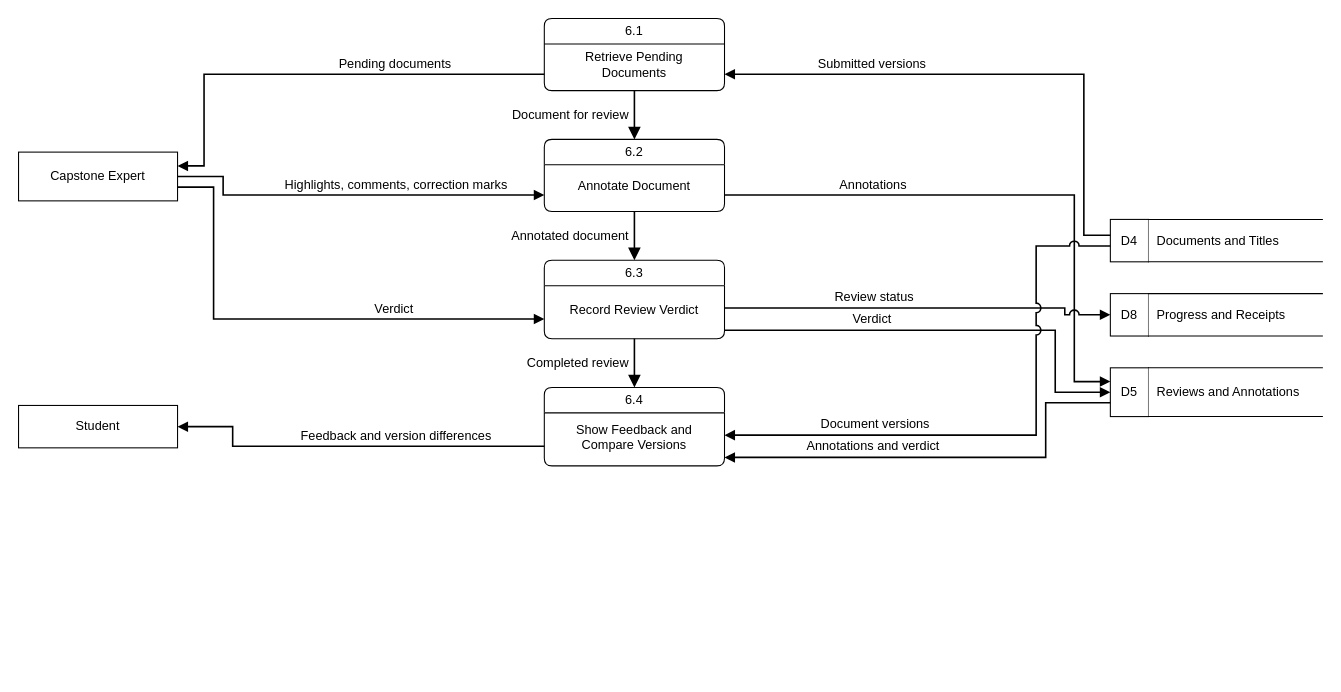
Before: docs/diagrams/09-dfd-level-1-6-review-annotate-documents.drawio in M21thony/capstrack, a draw.io diagram. Source tidied: cells renumbered, new cells numbered last; positions are measured from the earlier drawing's top-left corner, leaving out a move shared by most shapes. Both pictures are drawn from the tidied source at 106%, with x=0, y=0 at pixel (18, 18).
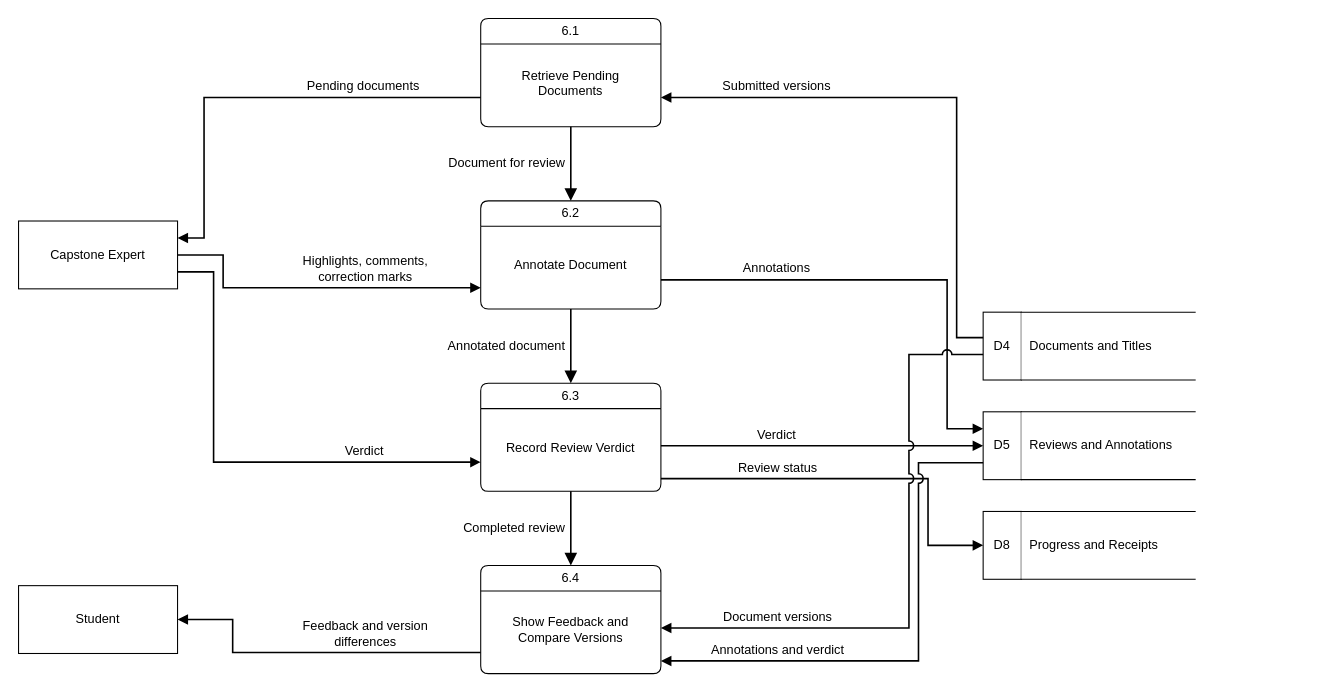
The same diagram, later.

Diff of the diagram source:
```diff
@@
     <mxCell id="2" value="6.1" style="swimlane;shape=swimlane;rounded=1;arcSize=10;startSize=24;html=1;whiteSpace=wrap;fillColor=#ffffff;swimlaneFillColor=#ffffff;fontStyle=0;fontSize=12;strokeColor=#000000;fontFamily=Helvetica;fontColor=#000000;" parent="1" vertex="1">
-      <mxGeometry x="496" width="170" height="68" as="geometry" />
+      <mxGeometry x="436" width="170" height="102" as="geometry" />
     </mxCell>
     <mxCell id="3" value="Retrieve Pending Documents" style="text;html=1;strokeColor=none;fillColor=none;align=center;verticalAlign=middle;whiteSpace=wrap;fontSize=12;fontFamily=Helvetica;fontColor=#000000;" parent="2" vertex="1">
-      <mxGeometry x="6" y="24" width="158" height="40" as="geometry" />
+      <mxGeometry x="6" y="24" width="158" height="74" as="geometry" />
     </mxCell>
     <mxCell id="4" value="6.2" style="swimlane;shape=swimlane;rounded=1;arcSize=10;startSize=24;html=1;whiteSpace=wrap;fillColor=#ffffff;swimlaneFillColor=#ffffff;fontStyle=0;fontSize=12;strokeColor=#000000;fontFamily=Helvetica;fontColor=#000000;" parent="1" vertex="1">
-      <mxGeometry x="496" y="114" width="170" height="68" as="geometry" />
+      <mxGeometry x="436" y="172" width="170" height="102" as="geometry" />
     </mxCell>
     <mxCell id="5" value="Annotate Document" style="text;html=1;strokeColor=none;fillColor=none;align=center;verticalAlign=middle;whiteSpace=wrap;fontSize=12;fontFamily=Helvetica;fontColor=#000000;" parent="4" vertex="1">
-      <mxGeometry x="6" y="24" width="158" height="40" as="geometry" />
+      <mxGeometry x="6" y="24" width="158" height="74" as="geometry" />
     </mxCell>
     <mxCell id="6" value="6.3" style="swimlane;shape=swimlane;rounded=1;arcSize=10;startSize=24;html=1;whiteSpace=wrap;fillColor=#ffffff;swimlaneFillColor=#ffffff;fontStyle=0;fontSize=12;strokeColor=#000000;fontFamily=Helvetica;fontColor=#000000;" parent="1" vertex="1">
-      <mxGeometry x="496" y="228" width="170" height="74" as="geometry" />
+      <mxGeometry x="436" y="344" width="170" height="102" as="geometry" />
     </mxCell>
     <mxCell id="7" value="Record Review Verdict" style="text;html=1;strokeColor=none;fillColor=none;align=center;verticalAlign=middle;whiteSpace=wrap;fontSize=12;fontFamily=Helvetica;fontColor=#000000;" parent="6" vertex="1">
-      <mxGeometry x="6" y="24" width="158" height="46" as="geometry" />
+      <mxGeometry x="6" y="24" width="158" height="74" as="geometry" />
     </mxCell>
     <mxCell id="8" value="6.4" style="swimlane;shape=swimlane;rounded=1;arcSize=10;startSize=24;html=1;whiteSpace=wrap;fillColor=#ffffff;swimlaneFillColor=#ffffff;fontStyle=0;fontSize=12;strokeColor=#000000;fontFamily=Helvetica;fontColor=#000000;" parent="1" vertex="1">
-      <mxGeometry x="496" y="348" width="170" height="74" as="geometry" />
+      <mxGeometry x="436" y="516" width="170" height="102" as="geometry" />
     </mxCell>
     <mxCell id="9" value="Show Feedback and Compare Versions" style="text;html=1;strokeColor=none;fillColor=none;align=center;verticalAlign=middle;whiteSpace=wrap;fontSize=12;fontFamily=Helvetica;fontColor=#000000;" parent="8" vertex="1">
-      <mxGeometry x="6" y="24" width="158" height="46" as="geometry" />
+      <mxGeometry x="6" y="24" width="158" height="74" as="geometry" />
     </mxCell>
     <mxCell id="10" value="Capstone Expert" style="rounded=0;whiteSpace=wrap;html=1;fillColor=#ffffff;fontSize=12;strokeColor=#000000;fontFamily=Helvetica;fontColor=#000000;" parent="1" vertex="1">
-      <mxGeometry y="126" width="150" height="46" as="geometry" />
+      <mxGeometry y="191" width="150" height="64" as="geometry" />
     </mxCell>
     <mxCell id="11" value="Student" style="rounded=0;whiteSpace=wrap;html=1;fillColor=#ffffff;fontSize=12;strokeColor=#000000;fontFamily=Helvetica;fontColor=#000000;" parent="1" vertex="1">
-      <mxGeometry y="365" width="150" height="40" as="geometry" />
+      <mxGeometry y="535" width="150" height="64" as="geometry" />
     </mxCell>
     <mxCell id="12" style="rounded=0;html=1;fillColor=none;strokeColor=none;fontSize=12;" parent="1" vertex="1">
-      <mxGeometry x="1030" y="189.5" width="200" height="40" as="geometry" />
+      <mxGeometry x="910" y="277" width="200" height="64" as="geometry" />
     </mxCell>
     <mxCell id="13" value="D4" style="rounded=0;whiteSpace=wrap;html=1;fillColor=#ffffff;fontSize=12;strokeColor=#000000;fontFamily=Helvetica;fontColor=#000000;" parent="12" vertex="1">
-      <mxGeometry width="36" height="40" as="geometry" />
+      <mxGeometry width="36" height="64" as="geometry" />
     </mxCell>
     <mxCell id="14" value="Documents and Titles" style="shape=partialRectangle;left=0;right=0;top=1;bottom=1;whiteSpace=wrap;html=1;align=left;spacingLeft=6;fillColor=#ffffff;fontSize=12;strokeColor=#000000;fontFamily=Helvetica;fontColor=#000000;" parent="12" vertex="1">
-      <mxGeometry x="36" width="164" height="40" as="geometry" />
+      <mxGeometry x="36" width="164" height="64" as="geometry" />
     </mxCell>
     <mxCell id="15" style="rounded=0;html=1;fillColor=none;strokeColor=none;fontSize=12;" parent="1" vertex="1">
-      <mxGeometry x="1030" y="259.5" width="200" height="40" as="geometry" />
+      <mxGeometry x="910" y="371" width="200" height="64" as="geometry" />
     </mxCell>
-    <mxCell id="16" value="D8" style="rounded=0;whiteSpace=wrap;html=1;fillColor=#ffffff;fontSize=12;strokeColor=#000000;fontFamily=Helvetica;fontColor=#000000;" parent="15" vertex="1">
-      <mxGeometry width="36" height="40" as="geometry" />
+    <mxCell id="16" value="D5" style="rounded=0;whiteSpace=wrap;html=1;fillColor=#ffffff;fontSize=12;strokeColor=#000000;fontFamily=Helvetica;fontColor=#000000;" parent="15" vertex="1">
+      <mxGeometry width="36" height="64" as="geometry" />
     </mxCell>
-    <mxCell id="17" value="Progress and Receipts" style="shape=partialRectangle;left=0;right=0;top=1;bottom=1;whiteSpace=wrap;html=1;align=left;spacingLeft=6;fillColor=#ffffff;fontSize=12;strokeColor=#000000;fontFamily=Helvetica;fontColor=#000000;" parent="15" vertex="1">
-      <mxGeometry x="36" width="164" height="40" as="geometry" />
+    <mxCell id="17" value="Reviews and Annotations" style="shape=partialRectangle;left=0;right=0;top=1;bottom=1;whiteSpace=wrap;html=1;align=left;spacingLeft=6;fillColor=#ffffff;fontSize=12;strokeColor=#000000;fontFamily=Helvetica;fontColor=#000000;" parent="15" vertex="1">
+      <mxGeometry x="36" width="164" height="64" as="geometry" />
     </mxCell>
     <mxCell id="18" style="rounded=0;html=1;fillColor=none;strokeColor=none;fontSize=12;" parent="1" vertex="1">
-      <mxGeometry x="1030" y="329.5" width="200" height="46" as="geometry" />
+      <mxGeometry x="910" y="465" width="200" height="64" as="geometry" />
     </mxCell>
-    <mxCell id="19" value="D5" style="rounded=0;whiteSpace=wrap;html=1;fillColor=#ffffff;fontSize=12;strokeColor=#000000;fontFamily=Helvetica;fontColor=#000000;" parent="18" vertex="1">
-      <mxGeometry width="36" height="46" as="geometry" />
+    <mxCell id="19" value="D8" style="rounded=0;whiteSpace=wrap;html=1;fillColor=#ffffff;fontSize=12;strokeColor=#000000;fontFamily=Helvetica;fontColor=#000000;" parent="18" vertex="1">
+      <mxGeometry width="36" height="64" as="geometry" />
     </mxCell>
-    <mxCell id="20" value="Reviews and Annotations" style="shape=partialRectangle;left=0;right=0;top=1;bottom=1;whiteSpace=wrap;html=1;align=left;spacingLeft=6;fillColor=#ffffff;fontSize=12;strokeColor=#000000;fontFamily=Helvetica;fontColor=#000000;" parent="18" vertex="1">
-      <mxGeometry x="36" width="164" height="46" as="geometry" />
+    <mxCell id="20" value="Progress and Receipts" style="shape=partialRectangle;left=0;right=0;top=1;bottom=1;whiteSpace=wrap;html=1;align=left;spacingLeft=6;fillColor=#ffffff;fontSize=12;strokeColor=#000000;fontFamily=Helvetica;fontColor=#000000;" parent="18" vertex="1">
+      <mxGeometry x="36" width="164" height="64" as="geometry" />
     </mxCell>
-    <mxCell id="21" value="Pending documents" style="jumpStyle=arc;jumpSize=8;edgeStyle=orthogonalEdgeStyle;rounded=0;html=1;endArrow=block;endFill=1;endSize=8;strokeWidth=1.5;startArrow=none;strokeColor=#000000;fontFamily=Helvetica;fontColor=#000000;fontSize=12;labelBackgroundColor=#ffffff;verticalAlign=bottom;endSize=6;exitX=0;exitY=0.772059;exitDx=0;exitDy=0;entryX=1;entryY=0.282609;entryDx=0;entryDy=0;" parent="1" edge="1" source="2" target="10">
-      <mxGeometry x="-0.35" relative="1" as="geometry">
+    <mxCell id="21" value="Pending documents" style="jumpStyle=arc;jumpSize=8;edgeStyle=orthogonalEdgeStyle;rounded=0;html=1;endArrow=block;endFill=1;endSize=8;strokeWidth=1.5;startArrow=none;strokeColor=#000000;fontFamily=Helvetica;fontColor=#000000;fontSize=12;labelBackgroundColor=#ffffff;verticalAlign=bottom;endSize=6;exitX=0;exitY=0.730392;exitDx=0;exitDy=0;entryX=1;entryY=0.25;entryDx=0;entryDy=0;" parent="1" edge="1" source="2" target="10">
+      <mxGeometry x="-0.47" relative="1" as="geometry">
         <Array as="points">
-          <mxPoint x="175" y="52.5" />
-          <mxPoint x="175" y="139" />
+          <mxPoint x="175" y="74.5" />
+          <mxPoint x="175" y="207" />
         </Array>
         <mxPoint y="-1" as="offset" />
       </mxGeometry>
     </mxCell>
-    <mxCell id="22" value="Highlights, comments, correction marks" style="jumpStyle=arc;jumpSize=8;edgeStyle=orthogonalEdgeStyle;rounded=0;html=1;endArrow=block;endFill=1;endSize=8;strokeWidth=1.5;startArrow=none;strokeColor=#000000;fontFamily=Helvetica;fontColor=#000000;fontSize=12;labelBackgroundColor=#ffffff;verticalAlign=bottom;endSize=6;exitX=1;exitY=0.5;exitDx=0;exitDy=0;entryX=0;entryY=0.772059;entryDx=0;entryDy=0;" parent="1" edge="1" source="10" target="4">
-      <mxGeometry x="0.23" relative="1" as="geometry">
+    <mxCell id="22" value="Highlights, comments,&lt;br&gt;correction marks" style="jumpStyle=arc;jumpSize=8;edgeStyle=orthogonalEdgeStyle;rounded=0;html=1;endArrow=block;endFill=1;endSize=8;strokeWidth=1.5;startArrow=none;strokeColor=#000000;fontFamily=Helvetica;fontColor=#000000;fontSize=12;labelBackgroundColor=#ffffff;verticalAlign=bottom;endSize=6;exitX=1;exitY=0.5;exitDx=0;exitDy=0;entryX=0;entryY=0.803922;entryDx=0;entryDy=0;" parent="1" edge="1" source="10" target="4">
+      <mxGeometry x="0.31" relative="1" as="geometry">
         <Array as="points">
-          <mxPoint x="193" y="149" />
-          <mxPoint x="193" y="166.5" />
+          <mxPoint x="193" y="223" />
+          <mxPoint x="193" y="254" />
         </Array>
         <mxPoint y="-1" as="offset" />
       </mxGeometry>
     </mxCell>
-    <mxCell id="23" value="Verdict" style="jumpStyle=arc;jumpSize=8;edgeStyle=orthogonalEdgeStyle;rounded=0;html=1;endArrow=block;endFill=1;endSize=8;strokeWidth=1.5;startArrow=none;strokeColor=#000000;fontFamily=Helvetica;fontColor=#000000;fontSize=12;labelBackgroundColor=#ffffff;verticalAlign=bottom;endSize=6;exitX=1;exitY=0.717391;exitDx=0;exitDy=0;entryX=0;entryY=0.75;entryDx=0;entryDy=0;" parent="1" edge="1" source="10" target="6">
-      <mxGeometry x="0.4" relative="1" as="geometry">
+    <mxCell id="23" value="Verdict" style="jumpStyle=arc;jumpSize=8;edgeStyle=orthogonalEdgeStyle;rounded=0;html=1;endArrow=block;endFill=1;endSize=8;strokeWidth=1.5;startArrow=none;strokeColor=#000000;fontFamily=Helvetica;fontColor=#000000;fontSize=12;labelBackgroundColor=#ffffff;verticalAlign=bottom;endSize=6;exitX=1;exitY=0.75;exitDx=0;exitDy=0;entryX=0;entryY=0.730392;entryDx=0;entryDy=0;" parent="1" edge="1" source="10" target="6">
+      <mxGeometry x="0.53" relative="1" as="geometry">
         <Array as="points">
-          <mxPoint x="184" y="159" />
-          <mxPoint x="184" y="283.5" />
+          <mxPoint x="184" y="239" />
+          <mxPoint x="184" y="418.5" />
         </Array>
         <mxPoint y="-1" as="offset" />
       </mxGeometry>
     </mxCell>
-    <mxCell id="24" value="Feedback and version differences" style="jumpStyle=arc;jumpSize=8;edgeStyle=orthogonalEdgeStyle;rounded=0;html=1;endArrow=block;endFill=1;endSize=8;strokeWidth=1.5;startArrow=none;strokeColor=#000000;fontFamily=Helvetica;fontColor=#000000;fontSize=12;labelBackgroundColor=#ffffff;verticalAlign=bottom;endSize=6;exitX=0;exitY=0.75;exitDx=0;exitDy=0;entryX=1;entryY=0.5;entryDx=0;entryDy=0;" parent="1" edge="1" source="8" target="11">
-      <mxGeometry x="-0.23" relative="1" as="geometry">
+    <mxCell id="24" value="Feedback and version&lt;br&gt;differences" style="jumpStyle=arc;jumpSize=8;edgeStyle=orthogonalEdgeStyle;rounded=0;html=1;endArrow=block;endFill=1;endSize=8;strokeWidth=1.5;startArrow=none;strokeColor=#000000;fontFamily=Helvetica;fontColor=#000000;fontSize=12;labelBackgroundColor=#ffffff;verticalAlign=bottom;endSize=6;exitX=0;exitY=0.803922;exitDx=0;exitDy=0;entryX=1;entryY=0.5;entryDx=0;entryDy=0;" parent="1" edge="1" source="8" target="11">
+      <mxGeometry x="-0.31" relative="1" as="geometry">
         <Array as="points">
-          <mxPoint x="202" y="403.5" />
-          <mxPoint x="202" y="385" />
+          <mxPoint x="202" y="598" />
+          <mxPoint x="202" y="567" />
         </Array>
         <mxPoint y="-1" as="offset" />
       </mxGeometry>
     </mxCell>
-    <mxCell id="25" value="Submitted versions" style="jumpStyle=arc;jumpSize=8;edgeStyle=orthogonalEdgeStyle;rounded=0;html=1;endArrow=block;endFill=1;endSize=8;strokeWidth=1.5;startArrow=none;strokeColor=#000000;fontFamily=Helvetica;fontColor=#000000;fontSize=12;labelBackgroundColor=#ffffff;verticalAlign=bottom;endSize=6;exitX=0;exitY=0.375;exitDx=0;exitDy=0;entryX=1;entryY=0.772059;entryDx=0;entryDy=0;" parent="1" edge="1" source="12" target="2">
-      <mxGeometry x="0.46" relative="1" as="geometry">
+    <mxCell id="25" value="Submitted versions" style="jumpStyle=arc;jumpSize=8;edgeStyle=orthogonalEdgeStyle;rounded=0;html=1;endArrow=block;endFill=1;endSize=8;strokeWidth=1.5;startArrow=none;strokeColor=#000000;fontFamily=Helvetica;fontColor=#000000;fontSize=12;labelBackgroundColor=#ffffff;verticalAlign=bottom;endSize=6;exitX=0;exitY=0.375;exitDx=0;exitDy=0;entryX=1;entryY=0.730392;entryDx=0;entryDy=0;" parent="1" edge="1" source="12" target="2">
+      <mxGeometry x="0.59" relative="1" as="geometry">
         <Array as="points">
-          <mxPoint x="1005" y="204.5" />
-          <mxPoint x="1005" y="52.5" />
+          <mxPoint x="885" y="301" />
+          <mxPoint x="885" y="74.5" />
         </Array>
         <mxPoint y="-1" as="offset" />
       </mxGeometry>
     </mxCell>
-    <mxCell id="26" value="Annotations" style="jumpStyle=arc;jumpSize=8;edgeStyle=orthogonalEdgeStyle;rounded=0;html=1;endArrow=block;endFill=1;endSize=8;strokeWidth=1.5;startArrow=none;strokeColor=#000000;fontFamily=Helvetica;fontColor=#000000;fontSize=12;labelBackgroundColor=#ffffff;verticalAlign=bottom;endSize=6;exitX=1;exitY=0.772059;exitDx=0;exitDy=0;entryX=0;entryY=0.282609;entryDx=0;entryDy=0;" parent="1" edge="1" source="4" target="18">
-      <mxGeometry x="-0.48" relative="1" as="geometry">
+    <mxCell id="26" value="Annotations" style="jumpStyle=arc;jumpSize=8;edgeStyle=orthogonalEdgeStyle;rounded=0;html=1;endArrow=block;endFill=1;endSize=8;strokeWidth=1.5;startArrow=none;strokeColor=#000000;fontFamily=Helvetica;fontColor=#000000;fontSize=12;labelBackgroundColor=#ffffff;verticalAlign=bottom;endSize=6;exitX=1;exitY=0.730392;exitDx=0;exitDy=0;entryX=0;entryY=0.25;entryDx=0;entryDy=0;" parent="1" edge="1" source="4" target="15">
+      <mxGeometry x="-0.51" relative="1" as="geometry">
         <Array as="points">
-          <mxPoint x="996" y="166.5" />
-          <mxPoint x="996" y="342.5" />
+          <mxPoint x="876" y="246.5" />
+          <mxPoint x="876" y="387" />
         </Array>
         <mxPoint y="-1" as="offset" />
       </mxGeometry>
     </mxCell>
-    <mxCell id="27" value="Verdict" style="jumpStyle=arc;jumpSize=8;edgeStyle=orthogonalEdgeStyle;rounded=0;html=1;endArrow=block;endFill=1;endSize=8;strokeWidth=1.5;startArrow=none;strokeColor=#000000;fontFamily=Helvetica;fontColor=#000000;fontSize=12;labelBackgroundColor=#ffffff;verticalAlign=bottom;endSize=6;exitX=1;exitY=0.891892;exitDx=0;exitDy=0;entryX=0;entryY=0.5;entryDx=0;entryDy=0;" parent="1" edge="1" source="6" target="18">
-      <mxGeometry x="-0.34" relative="1" as="geometry">
+    <mxCell id="27" value="Verdict" style="jumpStyle=arc;jumpSize=8;edgeStyle=orthogonalEdgeStyle;rounded=0;html=1;endArrow=block;endFill=1;endSize=8;strokeWidth=1.5;startArrow=none;strokeColor=#000000;fontFamily=Helvetica;fontColor=#000000;fontSize=12;labelBackgroundColor=#ffffff;verticalAlign=bottom;endSize=6;exitX=1;exitY=0.578431;exitDx=0;exitDy=0;entryX=0;entryY=0.5;entryDx=0;entryDy=0;" parent="1" edge="1" source="6" target="15">
+      <mxGeometry x="-0.28" relative="1" as="geometry">
         <Array as="points">
-          <mxPoint x="978" y="294" />
-          <mxPoint x="978" y="352.5" />
+          <mxPoint x="867" y="403" />
+          <mxPoint x="867" y="403" />
         </Array>
         <mxPoint y="-1" as="offset" />
       </mxGeometry>
     </mxCell>
-    <mxCell id="28" value="Review status" style="jumpStyle=arc;jumpSize=8;edgeStyle=orthogonalEdgeStyle;rounded=0;html=1;endArrow=block;endFill=1;endSize=8;strokeWidth=1.5;startArrow=none;strokeColor=#000000;fontFamily=Helvetica;fontColor=#000000;fontSize=12;labelBackgroundColor=#ffffff;verticalAlign=bottom;endSize=6;exitX=1;exitY=0.608108;exitDx=0;exitDy=0;entryX=0;entryY=0.5;entryDx=0;entryDy=0;" parent="1" edge="1" source="6" target="15">
-      <mxGeometry x="-0.24" relative="1" as="geometry">
+    <mxCell id="28" value="Review status" style="jumpStyle=arc;jumpSize=8;edgeStyle=orthogonalEdgeStyle;rounded=0;html=1;endArrow=block;endFill=1;endSize=8;strokeWidth=1.5;startArrow=none;strokeColor=#000000;fontFamily=Helvetica;fontColor=#000000;fontSize=12;labelBackgroundColor=#ffffff;verticalAlign=bottom;endSize=6;exitX=1;exitY=0.882353;exitDx=0;exitDy=0;entryX=0;entryY=0.5;entryDx=0;entryDy=0;" parent="1" edge="1" source="6" target="18">
+      <mxGeometry x="-0.4" relative="1" as="geometry">
         <Array as="points">
-          <mxPoint x="987" y="273" />
-          <mxPoint x="987" y="279.5" />
+          <mxPoint x="858" y="434" />
+          <mxPoint x="858" y="497" />
         </Array>
         <mxPoint y="-1" as="offset" />
       </mxGeometry>
     </mxCell>
-    <mxCell id="29" value="Annotations and verdict" style="jumpStyle=arc;jumpSize=8;edgeStyle=orthogonalEdgeStyle;rounded=0;html=1;endArrow=block;endFill=1;endSize=8;strokeWidth=1.5;startArrow=none;strokeColor=#000000;fontFamily=Helvetica;fontColor=#000000;fontSize=12;labelBackgroundColor=#ffffff;verticalAlign=bottom;endSize=6;exitX=0;exitY=0.717391;exitDx=0;exitDy=0;entryX=1;entryY=0.891892;entryDx=0;entryDy=0;" parent="1" edge="1" source="18" target="8">
-      <mxGeometry x="0.33" relative="1" as="geometry">
+    <mxCell id="29" value="Annotations and verdict" style="jumpStyle=arc;jumpSize=8;edgeStyle=orthogonalEdgeStyle;rounded=0;html=1;endArrow=block;endFill=1;endSize=8;strokeWidth=1.5;startArrow=none;strokeColor=#000000;fontFamily=Helvetica;fontColor=#000000;fontSize=12;labelBackgroundColor=#ffffff;verticalAlign=bottom;endSize=6;exitX=0;exitY=0.75;exitDx=0;exitDy=0;entryX=1;entryY=0.882353;entryDx=0;entryDy=0;" parent="1" edge="1" source="15" target="8">
+      <mxGeometry x="0.55" relative="1" as="geometry">
         <Array as="points">
-          <mxPoint x="969" y="362.5" />
-          <mxPoint x="969" y="414" />
+          <mxPoint x="849" y="419" />
+          <mxPoint x="849" y="606" />
         </Array>
         <mxPoint y="-1" as="offset" />
       </mxGeometry>
     </mxCell>
-    <mxCell id="30" value="Document versions" style="jumpStyle=arc;jumpSize=8;edgeStyle=orthogonalEdgeStyle;rounded=0;html=1;endArrow=block;endFill=1;endSize=8;strokeWidth=1.5;startArrow=none;strokeColor=#000000;fontFamily=Helvetica;fontColor=#000000;fontSize=12;labelBackgroundColor=#ffffff;verticalAlign=bottom;endSize=6;exitX=0;exitY=0.625;exitDx=0;exitDy=0;entryX=1;entryY=0.608108;entryDx=0;entryDy=0;" parent="1" edge="1" source="12" target="8">
-      <mxGeometry x="0.48" relative="1" as="geometry">
+    <mxCell id="30" value="Document versions" style="jumpStyle=arc;jumpSize=8;edgeStyle=orthogonalEdgeStyle;rounded=0;html=1;endArrow=block;endFill=1;endSize=8;strokeWidth=1.5;startArrow=none;strokeColor=#000000;fontFamily=Helvetica;fontColor=#000000;fontSize=12;labelBackgroundColor=#ffffff;verticalAlign=bottom;endSize=6;exitX=0;exitY=0.625;exitDx=0;exitDy=0;entryX=1;entryY=0.578431;entryDx=0;entryDy=0;" parent="1" edge="1" source="12" target="8">
+      <mxGeometry x="0.61" relative="1" as="geometry">
         <Array as="points">
-          <mxPoint x="960" y="214.5" />
-          <mxPoint x="960" y="393" />
+          <mxPoint x="840" y="317" />
+          <mxPoint x="840" y="575" />
         </Array>
         <mxPoint y="-1" as="offset" />
       </mxGeometry>
     </mxCell>
```
